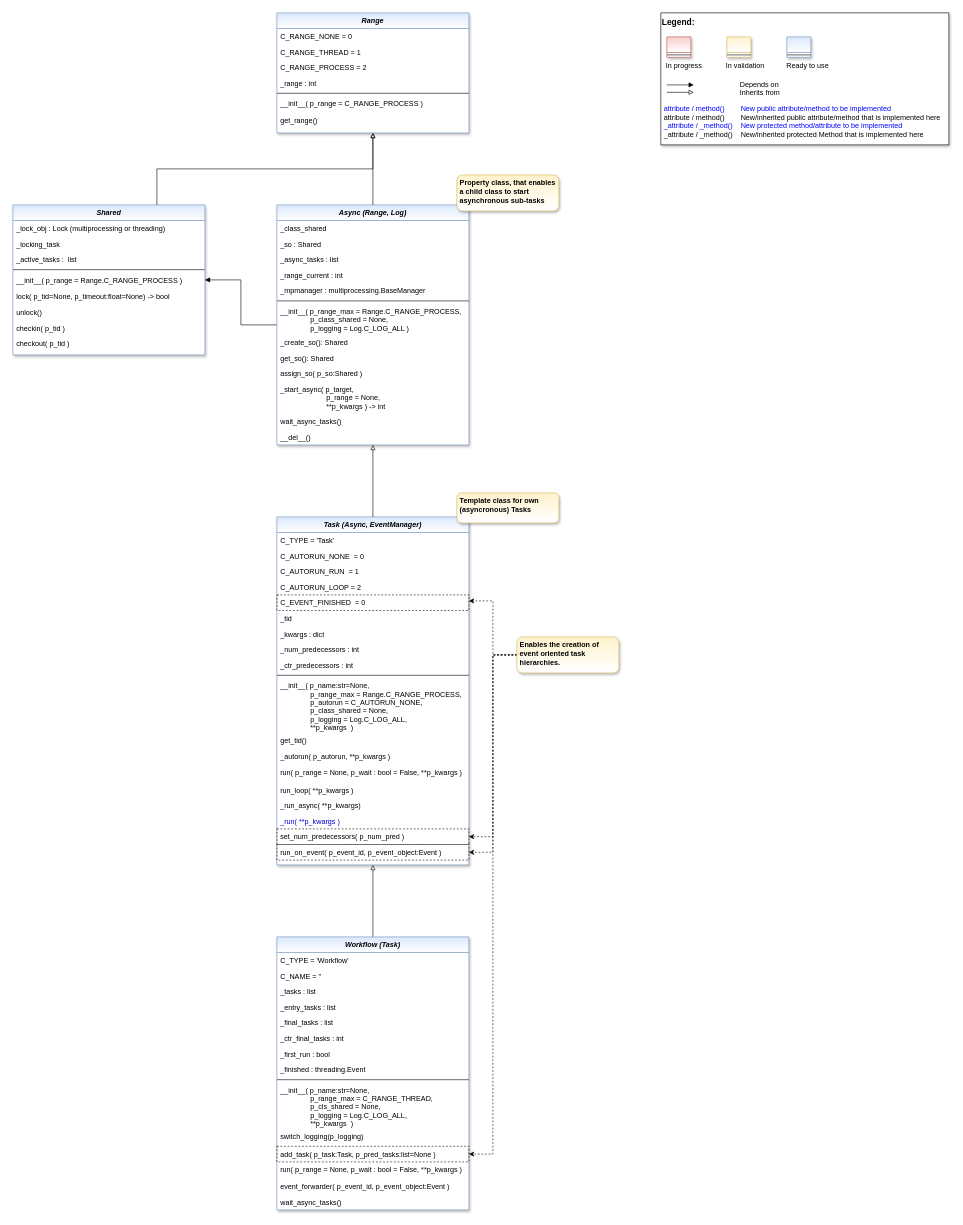
The draw.io diagram doc/rtd/content/append2/core/images/bf/MLPro-BF-MT_class_diagram.drawio in fhswf/MLPro, before the edit. Source tidied: cells renumbered, new cells numbered last; positions are measured from the earlier drawing's top-left corner, leaving out a move shared by most shapes. Both pictures are drawn from the tidied source at 60%, with x=0, y=0 at pixel (13, 13).
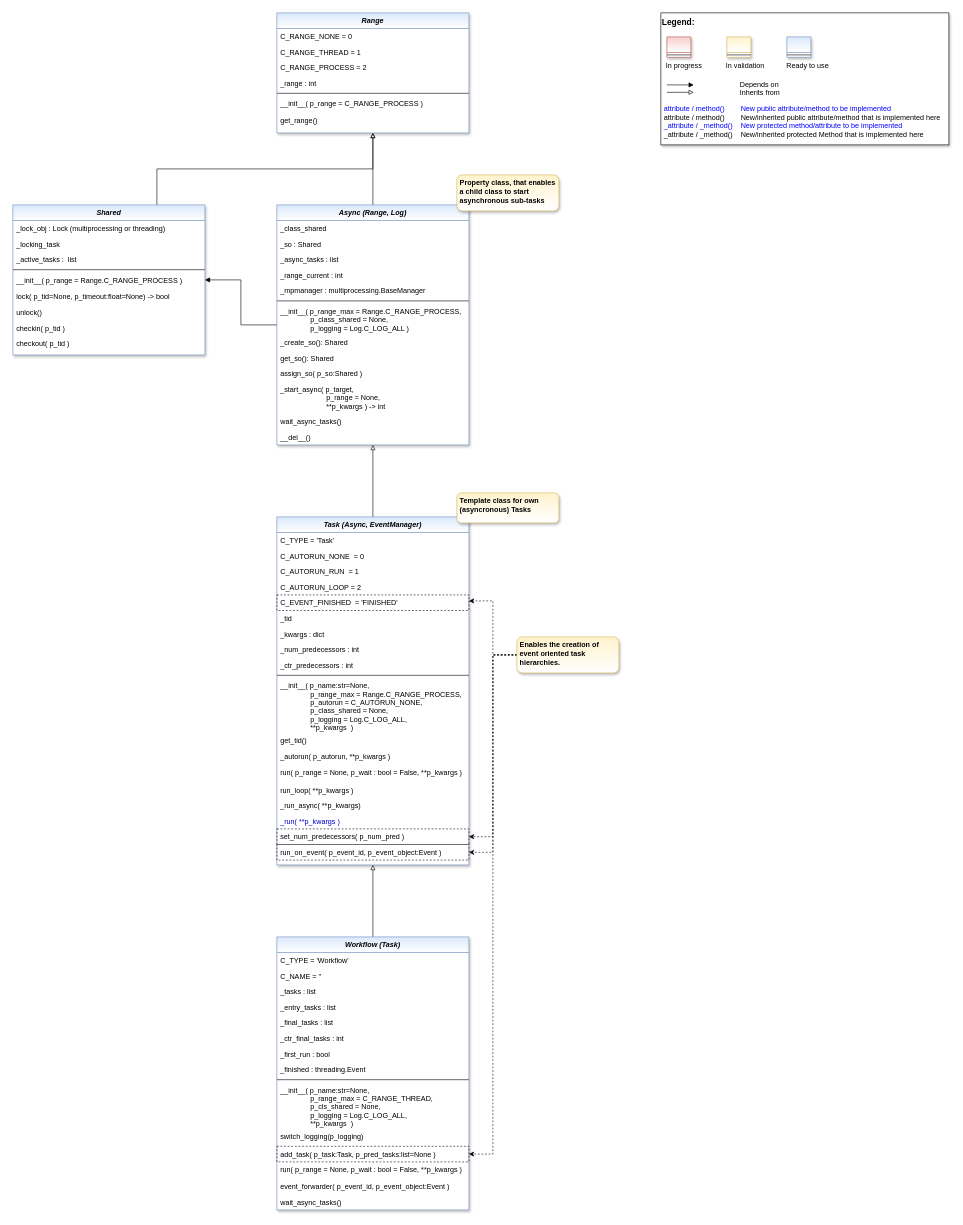
After the change.

Unchanged cells that the change refers to:
```xml
<mxCell id="41" value="Task (Async, EventManager)" style="swimlane;fontStyle=3;align=center;verticalAlign=top;horizontal=1;startSize=26;rounded=0;shadow=1;strokeWidth=1;fillColor=#dae8fc;strokeColor=#6c8ebf;glass=0;swimlaneFillColor=#ffffff;gradientColor=#FFFFFF;" parent="1" vertex="1">
  <mxGeometry x="440" y="840" width="320" height="580" as="geometry" />
</mxCell>
```

Change to the diagram source:
```diff
@@
-    <mxCell id="46" value="C_EVENT_FINISHED  = 0" style="text;align=left;verticalAlign=top;spacingLeft=4;spacingRight=4;overflow=hidden;points=[[0,0.5],[1,0.5]];portConstraint=eastwest;strokeColor=default;dashed=1;" parent="41" vertex="1">
+    <mxCell id="46" value="C_EVENT_FINISHED  = 'FINISHED'" style="text;align=left;verticalAlign=top;spacingLeft=4;spacingRight=4;overflow=hidden;points=[[0,0.5],[1,0.5]];portConstraint=eastwest;strokeColor=default;dashed=1;" parent="41" vertex="1">
       <mxGeometry y="130" width="320" height="26" as="geometry" />
     </mxCell>
```
